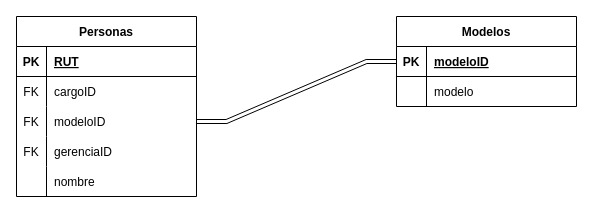
Earlier version of the draw.io diagram Diagrama sin título.drawio (admiranda/alvaroUC). Source tidied: cells renumbered, new cells numbered last; positions are measured from the earlier drawing's top-left corner, leaving out a move shared by most shapes. Both pictures are drawn from the tidied source at 100%, with x=0, y=0 at pixel (16, 16).
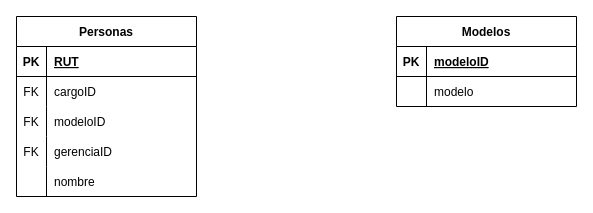
The same page after the edit.

Commit message:
modelo_Incentivos

Unchanged cells that the change refers to:
```xml
<mxCell id="9" style="shape=tableRow;horizontal=0;startSize=0;swimlaneHead=0;swimlaneBody=0;fillColor=none;points=[[0,0.5],[1,0.5]];portConstraint=eastwest;top=0;left=0;right=0;bottom=0;" parent="2" vertex="1">
  <mxGeometry y="90" width="180" height="30" as="geometry" />
</mxCell>
<mxCell id="19" style="shape=tableRow;horizontal=0;startSize=0;swimlaneHead=0;swimlaneBody=0;fillColor=none;points=[[0,0.5],[1,0.5]];portConstraint=eastwest;top=0;left=0;right=0;bottom=1;" parent="18" vertex="1">
  <mxGeometry y="30" width="180" height="30" as="geometry" />
</mxCell>
```

Change to the diagram source:
```diff
@@
-    <mxCell id="25" style="edgeStyle=entityRelationEdgeStyle;fontSize=12;html=1;endArrow=ERmany;startArrow=ERmany;rounded=0;shape=link;exitX=1;exitY=0.5;exitDx=0;exitDy=0;entryX=0;entryY=0.5;entryDx=0;entryDy=0;" parent="1" edge="1" source="9" target="19">
-      <mxGeometry relative="1" as="geometry" />
-    </mxCell>
```
